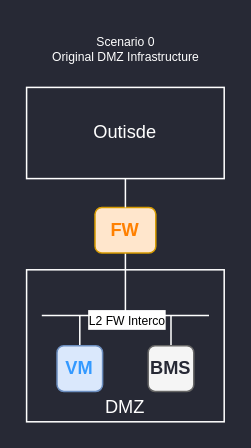
The draw.io diagram page "Scenario0" (4 of 8) of post/nsxt-service-interface-design1/nsxt-service-interface-design-v3.drawio in netmemo/netmemo.github.io, before the edit. Source tidied: cells renumbered, new cells numbered last; positions are measured from the earlier drawing's top-left corner, leaving out a move shared by most shapes. Both pictures are drawn from the tidied source at 152%, with x=0, y=0 at pixel (26, 26).
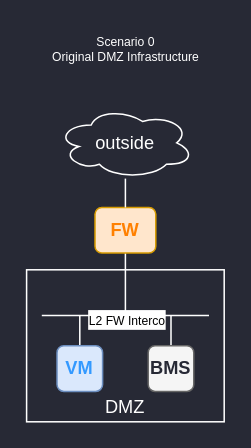
After the change.

Commit message (it also covers changes not shown here):
change outside box to a cloud :)

Diff of the diagram source:
```diff
@@
 <mxGraphModel background="#272935">
   <root>
     <mxCell id="0" />
     <mxCell id="1" parent="0" />
     <mxCell id="2" value="Scenario 0&lt;br&gt;Original DMZ Infrastructure" style="text;html=1;align=center;verticalAlign=middle;strokeColor=none;fillColor=none;fontSize=8;fontColor=#FFFFFF;" parent="1" vertex="1">
       <mxGeometry x="10" width="110" height="30" as="geometry" />
     </mxCell>
     <mxCell id="3" value="DMZ" style="rounded=0;whiteSpace=wrap;html=1;verticalAlign=bottom;fillColor=#272935;strokeColor=#FFFFFF;fontColor=#FFFFFF;" parent="1" vertex="1">
       <mxGeometry y="160" width="130" height="100" as="geometry" />
     </mxCell>
     <mxCell id="4" style="edgeStyle=none;rounded=0;jettySize=auto;html=1;endArrow=none;endFill=0;strokeColor=#FFFFFF;" parent="1" edge="1" source="5">
       <mxGeometry relative="1" as="geometry">
         <mxPoint x="65" y="190" as="targetPoint" />
       </mxGeometry>
     </mxCell>
     <mxCell id="5" value="&lt;b&gt;&lt;font color=&quot;#ff8000&quot;&gt;FW&lt;/font&gt;&lt;/b&gt;" style="rounded=1;whiteSpace=wrap;html=1;fillColor=#ffe6cc;strokeColor=#d79b00;" parent="1" vertex="1">
       <mxGeometry x="45" y="119" width="40" height="30" as="geometry" />
     </mxCell>
     <mxCell id="6" style="edgeStyle=none;rounded=0;jettySize=auto;html=1;endArrow=none;endFill=0;strokeColor=#FFFFFF;" parent="1" edge="1" source="7">
       <mxGeometry relative="1" as="geometry">
         <mxPoint x="35" y="190" as="targetPoint" />
       </mxGeometry>
     </mxCell>
     <mxCell id="7" value="&lt;b&gt;&lt;font color=&quot;#3399ff&quot;&gt;VM&lt;/font&gt;&lt;/b&gt;" style="rounded=1;whiteSpace=wrap;html=1;fillColor=#dae8fc;strokeColor=#6c8ebf;" parent="1" vertex="1">
       <mxGeometry x="20" y="210" width="30" height="30" as="geometry" />
     </mxCell>
     <mxCell id="8" style="edgeStyle=none;rounded=0;jettySize=auto;html=1;endArrow=none;endFill=0;strokeColor=#FFFFFF;" parent="1" edge="1" source="9">
       <mxGeometry relative="1" as="geometry">
         <mxPoint x="95" y="190" as="targetPoint" />
       </mxGeometry>
     </mxCell>
     <mxCell id="9" value="&lt;b&gt;&lt;font&gt;BMS&lt;/font&gt;&lt;/b&gt;" style="rounded=1;whiteSpace=wrap;html=1;fillColor=#f5f5f5;strokeColor=#666666;fontColor=#272935;" parent="1" vertex="1">
       <mxGeometry x="80" y="210" width="30" height="30" as="geometry" />
     </mxCell>
     <mxCell id="10" style="rounded=0;orthogonalLoop=1;jettySize=auto;elbow=vertical;html=1;endArrow=none;endFill=0;strokeColor=#FFFFFF;" parent="1" edge="1">
       <mxGeometry relative="1" as="geometry">
         <mxPoint x="10" y="190" as="sourcePoint" />
         <mxPoint x="120" y="190" as="targetPoint" />
       </mxGeometry>
     </mxCell>
     <mxCell id="11" value="&lt;font style=&quot;font-size: 8px&quot;&gt;L2 FW Interco&lt;/font&gt;" style="edgeLabel;html=1;align=center;verticalAlign=middle;" parent="10" vertex="1">
       <mxGeometry x="0.25" y="-2" relative="1" as="geometry">
         <mxPoint x="-14" as="offset" />
       </mxGeometry>
     </mxCell>
-    <mxCell id="12" style="edgeStyle=none;rounded=0;jettySize=auto;html=1;endArrow=none;endFill=0;strokeColor=#FFFFFF;" parent="1" edge="1" source="13" target="5">
+    <mxCell id="12" style="edgeStyle=none;rounded=0;jettySize=auto;html=1;endArrow=none;endFill=0;strokeColor=#FFFFFF;" parent="1" edge="1" source="14" target="5">
       <mxGeometry relative="1" as="geometry" />
     </mxCell>
-    <mxCell id="13" value="Outisde" style="rounded=0;whiteSpace=wrap;html=1;fillColor=#272935;strokeColor=#FFFFFF;fontColor=#FFFFFF;" parent="1" vertex="1">
-      <mxGeometry y="40" width="130" height="60" as="geometry" />
-    </mxCell>
+    <mxCell id="14" value="&lt;font color=&quot;#ffffff&quot;&gt;outside&lt;/font&gt;" style="ellipse;shape=cloud;whiteSpace=wrap;html=1;fillColor=#272935;strokeColor=#FFFFFF;" parent="1" vertex="1">
+      <mxGeometry x="20" y="53" width="90" height="47" as="geometry" />
+    </mxCell>
   </root>
 </mxGraphModel>
```
